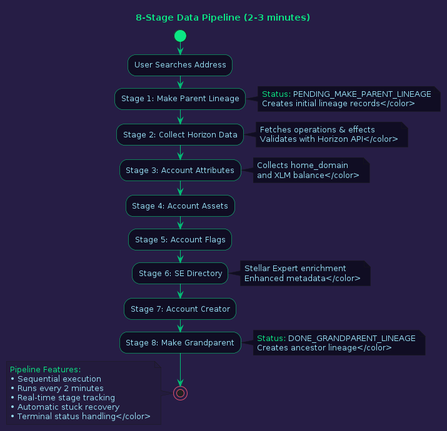
Earlier version of the PlantUML export diagrams/02_data_pipeline.png (areveur51/StellarMapWeb).
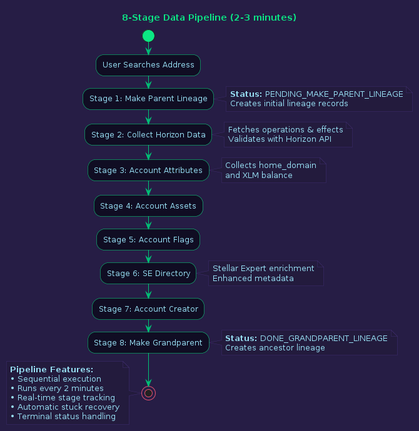
The same diagram one commit later.

Commit message:
Update diagram text to remove unnecessary color formatting

What changed in the source:
```diff
@@ -10,29 +10,34 @@
 skinparam activityStartColor #0BE784
 skinparam activityStopColor #E5526F
 skinparam defaultFontColor #96DDF2
+skinparam note {
+  BackgroundColor #231B3D
+  BorderColor #3f2c70
+  FontColor #96DDF2
+}
 
-title <color:#0BE784>8-Stage Data Pipeline (2-3 minutes)</color>
+title <color:#0BE784>8-Stage Data Pipeline (2-3 minutes)
 
 start
 
 :User Searches Address;
 
 :Stage 1: Make Parent Lineage;
-note right #100D23
-  <color:#0BE784>Status:</color> <color:#96DDF2>PENDING_MAKE_PARENT_LINEAGE
-  Creates initial lineage records</color>
+note right #231B3D
+  **Status:** PENDING_MAKE_PARENT_LINEAGE
+  Creates initial lineage records
 end note
 
 :Stage 2: Collect Horizon Data;
-note right #100D23
-  <color:#96DDF2>Fetches operations & effects
-  Validates with Horizon API</color>
+note right #231B3D
+  Fetches operations & effects
+  Validates with Horizon API
 end note
 
 :Stage 3: Account Attributes;
-note right #100D23
-  <color:#96DDF2>Collects home_domain
-  and XLM balance</color>
+note right #231B3D
+  Collects home_domain
+  and XLM balance
 end note
 
 :Stage 4: Account Assets;
@@ -40,28 +45,28 @@
 :Stage 5: Account Flags;
 
 :Stage 6: SE Directory;
-note right #100D23
-  <color:#96DDF2>Stellar Expert enrichment
-  Enhanced metadata</color>
+note right #231B3D
+  Stellar Expert enrichment
+  Enhanced metadata
 end note
 
 :Stage 7: Account Creator;
 
 :Stage 8: Make Grandparent;
-note right #100D23
-  <color:#0BE784>Status:</color> <color:#96DDF2>DONE_GRANDPARENT_LINEAGE
-  Creates ancestor lineage</color>
+note right #231B3D
+  **Status:** DONE_GRANDPARENT_LINEAGE
+  Creates ancestor lineage
 end note
 
 stop
 
 note left #231B3D
-  <color:#0BE784>Pipeline Features:</color>
-  <color:#96DDF2>• Sequential execution
+  **Pipeline Features:**
+  • Sequential execution
   • Runs every 2 minutes
   • Real-time stage tracking
   • Automatic stuck recovery
-  • Terminal status handling</color>
+  • Terminal status handling
 end note
 
 @enduml
```
